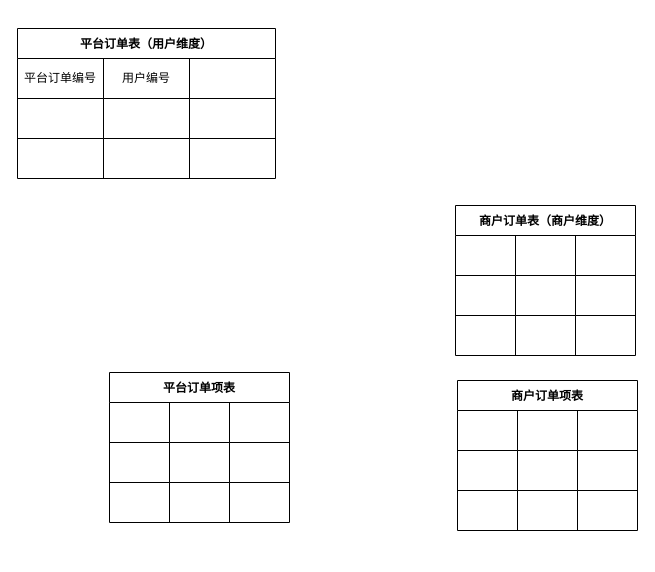
Before: page "数模设计" (1 of 2) of docs/订单系统设计.drawio in lokiworks/codebase, a draw.io diagram. Source tidied: cells renumbered, new cells numbered last; positions are measured from the earlier drawing's top-left corner, leaving out a move shared by most shapes. Both pictures are drawn from the tidied source at 100%, with x=0, y=0 at pixel (17, 28).
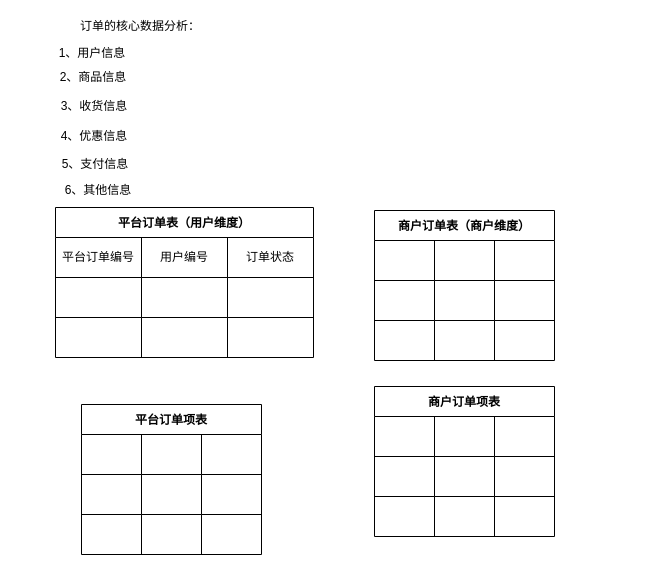
Above is the later version.

Commit message:
Update 订单系统设计.drawio

Unchanged cells that the change refers to:
```xml
<mxCell id="3" style="shape=partialRectangle;html=1;whiteSpace=wrap;fillColor=none;top=0;left=0;bottom=0;right=0;" parent="2" vertex="1">
  <mxGeometry y="30" width="258" height="40" as="geometry" />
</mxCell>
```

Diff of the diagram source:
```diff
@@
     <mxCell id="2" value="平台订单表（用户维度）" style="shape=table;startSize=30;childLayout=tableLayout;fontStyle=1;align=center;" parent="1" vertex="1">
-      <mxGeometry width="258" height="150" as="geometry" />
+      <mxGeometry x="38" y="179" width="258" height="150" as="geometry" />
     </mxCell>
@@
-    <mxCell id="6" style="shape=partialRectangle;html=1;whiteSpace=wrap;fillColor=none;top=0;left=0;bottom=0;right=0;overflow=hidden;" parent="3" vertex="1">
+    <mxCell id="6" value="订单状态" style="shape=partialRectangle;html=1;whiteSpace=wrap;fillColor=none;top=0;left=0;bottom=0;right=0;overflow=hidden;" parent="3" vertex="1">
       <mxGeometry x="172" width="86" height="40" as="geometry" />
     </mxCell>
@@
     <mxCell id="15" value="商户订单表（商户维度）" style="shape=table;startSize=30;childLayout=tableLayout;fontStyle=1;align=center;" parent="1" vertex="1">
-      <mxGeometry x="438" y="177" width="180" height="150" as="geometry" />
+      <mxGeometry x="357" y="182" width="180" height="150" as="geometry" />
     </mxCell>
@@
     <mxCell id="28" value="平台订单项表" style="shape=table;startSize=30;childLayout=tableLayout;fontStyle=1;align=center;" parent="1" vertex="1">
-      <mxGeometry x="92" y="344" width="180" height="150" as="geometry" />
+      <mxGeometry x="64" y="376" width="180" height="150" as="geometry" />
     </mxCell>
@@
     <mxCell id="41" value="商户订单项表" style="shape=table;startSize=30;childLayout=tableLayout;fontStyle=1;align=center;" parent="1" vertex="1">
-      <mxGeometry x="440" y="352" width="180" height="150" as="geometry" />
+      <mxGeometry x="357" y="358" width="180" height="150" as="geometry" />
     </mxCell>
@@
+    <mxCell id="54" value="订单的核心数据分析：" style="text;html=1;strokeColor=none;fillColor=none;align=center;verticalAlign=middle;whiteSpace=wrap;rounded=0;" parent="1" vertex="1">
+      <mxGeometry x="52" y="-11" width="142" height="17" as="geometry" />
+    </mxCell>
+    <mxCell id="55" value="1、用户信息" style="text;html=1;strokeColor=none;fillColor=none;align=center;verticalAlign=middle;whiteSpace=wrap;rounded=0;" parent="1" vertex="1">
+      <mxGeometry x="35" y="10" width="80" height="30" as="geometry" />
+    </mxCell>
+    <mxCell id="56" value="2、商品信息" style="text;html=1;strokeColor=none;fillColor=none;align=center;verticalAlign=middle;whiteSpace=wrap;rounded=0;" parent="1" vertex="1">
+      <mxGeometry x="40" y="34" width="72" height="29" as="geometry" />
+    </mxCell>
+    <mxCell id="57" value="3、收货信息" style="text;html=1;strokeColor=none;fillColor=none;align=center;verticalAlign=middle;whiteSpace=wrap;rounded=0;" parent="1" vertex="1">
+      <mxGeometry x="40" y="63" width="74" height="30" as="geometry" />
+    </mxCell>
+    <mxCell id="58" value="4、优惠信息" style="text;html=1;strokeColor=none;fillColor=none;align=center;verticalAlign=middle;whiteSpace=wrap;rounded=0;" parent="1" vertex="1">
+      <mxGeometry x="40" y="93" width="74" height="30" as="geometry" />
+    </mxCell>
+    <mxCell id="59" value="5、支付信息" style="text;html=1;strokeColor=none;fillColor=none;align=center;verticalAlign=middle;whiteSpace=wrap;rounded=0;" parent="1" vertex="1">
+      <mxGeometry x="41" y="121" width="74" height="30" as="geometry" />
+    </mxCell>
+    <mxCell id="60" value="6、其他信息" style="text;html=1;strokeColor=none;fillColor=none;align=center;verticalAlign=middle;whiteSpace=wrap;rounded=0;" parent="1" vertex="1">
+      <mxGeometry x="44" y="147" width="74" height="30" as="geometry" />
+    </mxCell>
```
